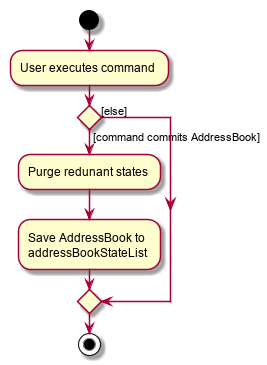
This is docs/images/CommitActivityDiagram.png from nus-cs2103-AY1920S2/addressbook-level3, a PlantUML export, as it was before one commit.
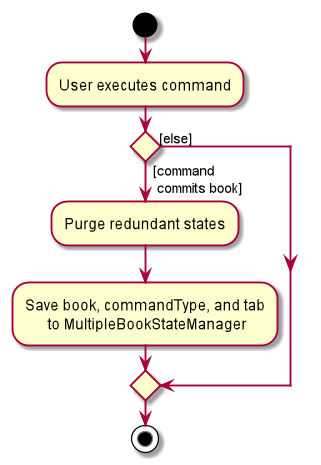
Later version of the same file.

Change to the diagram source:
```diff
@@ -3,10 +3,11 @@
 :User executes command;
 
 
-if () then ([command commits AddressBook])
-    :Purge redunant states;
-    :Save AddressBook to
-    addressBookStateList;
+if () then ( [command
+  commits book])
+    :Purge redundant states;
+    :Save book, commandType, and tab
+          to MultipleBookStateManager;
 else ([else])
 endif
 stop
```
